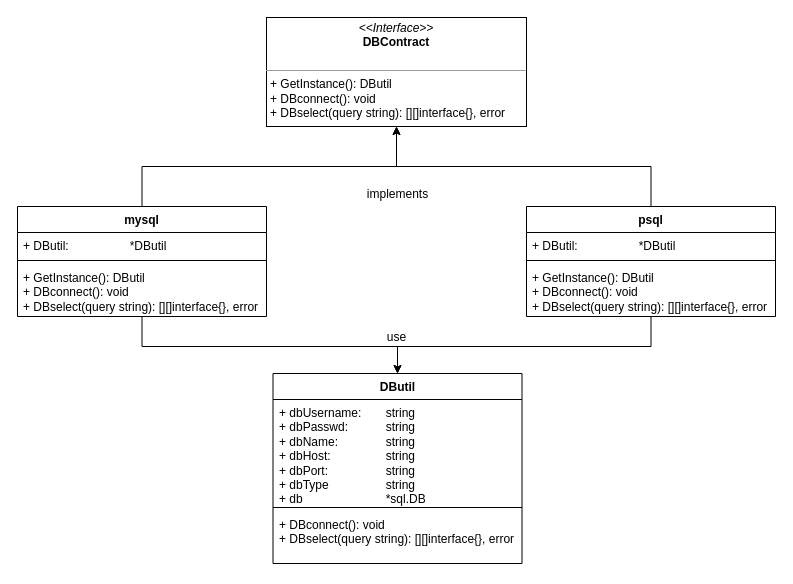
Before: db-go.drawio in zukigit/design_structures, a draw.io diagram. Source tidied: cells renumbered, new cells numbered last; positions are measured from the earlier drawing's top-left corner, leaving out a move shared by most shapes. Both pictures are drawn from the tidied source at 100%, with x=0, y=0 at pixel (17, 17).
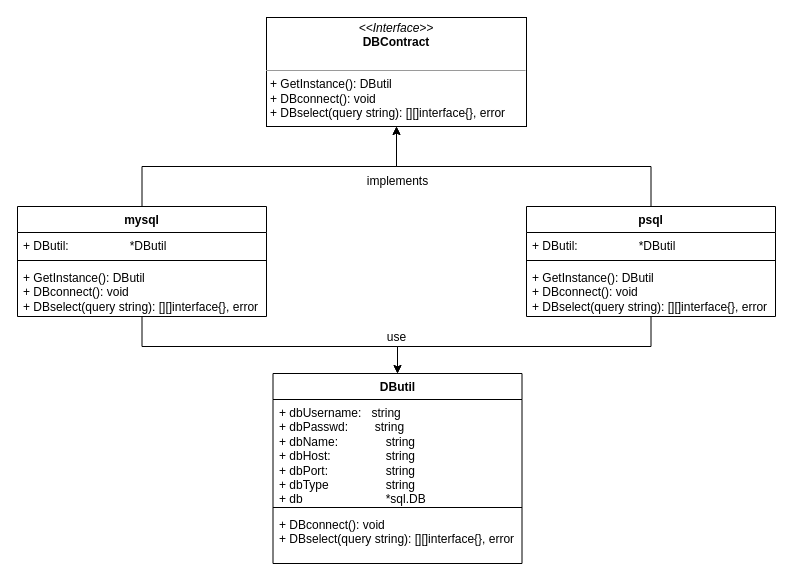
The same diagram, later.

The change refers to these unchanged cells:
```xml
<mxCell id="4" value="DButil" style="swimlane;fontStyle=1;align=center;verticalAlign=top;horizontal=1;startSize=26;whiteSpace=wrap;html=1;" parent="1" vertex="1">
  <mxGeometry x="255.5" y="356" width="249" height="190" as="geometry" />
</mxCell>
```

Change to the diagram source:
```diff
@@
     <mxCell id="3" value="&lt;div&gt;implements&lt;/div&gt;&lt;div&gt;&lt;br&gt;&lt;/div&gt;" style="text;html=1;align=center;verticalAlign=middle;strokeColor=none;fillColor=none;" parent="1" vertex="1">
-      <mxGeometry x="340" y="164" width="80" height="40" as="geometry" />
+      <mxGeometry x="340" y="151" width="80" height="40" as="geometry" />
     </mxCell>
@@
-    <mxCell id="5" value="&lt;div&gt;+ dbUsername:&lt;span style=&quot;&quot;&gt;&lt;/span&gt;&lt;span style=&quot;&quot;&gt;&lt;span style=&quot;white-space: pre;&quot;&gt;&amp;nbsp;&amp;nbsp;&amp;nbsp;&lt;span style=&quot;white-space: pre;&quot;&gt;&#9;&lt;/span&gt;&lt;/span&gt;&lt;/span&gt;string&lt;/div&gt;&lt;div&gt;+ dbPasswd:&lt;span style=&quot;&quot;&gt;&lt;span style=&quot;&quot;&gt;&amp;nbsp;&amp;nbsp;&amp;nbsp;&amp;nbsp;&lt;/span&gt;&lt;span style=&quot;&quot;&gt;&lt;span style=&quot;&quot;&gt;&amp;nbsp;&amp;nbsp;&amp;nbsp; &lt;/span&gt;&lt;/span&gt;&lt;/span&gt;&lt;span style=&quot;white-space: pre;&quot;&gt;&#9;&lt;/span&gt;string&amp;nbsp;&lt;/div&gt;&lt;div&gt;+ dbName:&lt;span style=&quot;white-space: pre;&quot;&gt;&#9;&lt;/span&gt;&lt;span style=&quot;white-space: pre;&quot;&gt;&#9;&lt;/span&gt;string&lt;/div&gt;&lt;div&gt;+ dbHost:&lt;span style=&quot;white-space: pre;&quot;&gt;&#9;&lt;/span&gt;&lt;span style=&quot;white-space: pre;&quot;&gt;&#9;&lt;/span&gt;string&amp;nbsp;&lt;/div&gt;&lt;div&gt;+ dbPort:&lt;span style=&quot;&quot;&gt;&lt;span style=&quot;&quot;&gt;&amp;nbsp;&amp;nbsp;&amp;nbsp;&amp;nbsp;&lt;/span&gt;&lt;/span&gt;&lt;span style=&quot;&quot;&gt;&lt;span style=&quot;&quot;&gt;&amp;nbsp;&amp;nbsp;&amp;nbsp;&amp;nbsp;&lt;/span&gt;&lt;/span&gt;&lt;span style=&quot;&quot;&gt;&lt;span style=&quot;white-space: pre;&quot;&gt;&amp;nbsp;&amp;nbsp;&amp;nbsp;&amp;nbsp;&lt;/span&gt;&lt;/span&gt;&lt;span style=&quot;&quot;&gt;&lt;span style=&quot;white-space: pre;&quot;&gt;&amp;nbsp;&amp;nbsp;&amp;nbsp;&amp;nbsp;&lt;/span&gt;&lt;/span&gt;&lt;span style=&quot;white-space: pre;&quot;&gt;&#9;&lt;/span&gt;string&lt;/div&gt;&lt;div&gt;+ dbType &lt;span style=&quot;white-space: pre;&quot;&gt;&#9;&lt;/span&gt;&lt;span style=&quot;white-space: pre;&quot;&gt;&#9;&lt;/span&gt;string&lt;/div&gt;&lt;div&gt;+ db &lt;span style=&quot;white-space: pre;&quot;&gt;&#9;&lt;/span&gt;&lt;span style=&quot;white-space: pre;&quot;&gt;&#9;&lt;/span&gt;&lt;span style=&quot;white-space: pre;&quot;&gt;&#9;&lt;/span&gt;*sql.DB&lt;br&gt;&lt;/div&gt;&lt;div&gt;&lt;br&gt;&lt;/div&gt;" style="text;strokeColor=none;fillColor=none;align=left;verticalAlign=top;spacingLeft=4;spacingRight=4;overflow=hidden;whiteSpace=wrap;html=1;" parent="4" vertex="1">
+    <mxCell id="5" value="&lt;div&gt;+ dbUsername:&lt;span style=&quot;&quot;&gt;&lt;/span&gt;&lt;span style=&quot;&quot;&gt;&lt;span style=&quot;white-space: pre;&quot;&gt;&amp;nbsp;&amp;nbsp;&amp;nbsp;&lt;/span&gt;&lt;/span&gt;string&lt;/div&gt;&lt;div&gt;+ dbPasswd:&lt;span style=&quot;&quot;&gt;&lt;span style=&quot;&quot;&gt;&amp;nbsp;&amp;nbsp;&amp;nbsp;&amp;nbsp;&lt;/span&gt;&lt;span style=&quot;&quot;&gt;&lt;span style=&quot;&quot;&gt;&amp;nbsp;&amp;nbsp;&amp;nbsp; &lt;/span&gt;&lt;/span&gt;&lt;/span&gt;string&amp;nbsp;&lt;/div&gt;&lt;div&gt;+ dbName:&lt;span style=&quot;white-space: pre;&quot;&gt;&#9;&lt;/span&gt;&lt;span style=&quot;white-space: pre;&quot;&gt;&#9;&lt;/span&gt;string&lt;/div&gt;&lt;div&gt;+ dbHost:&lt;span style=&quot;white-space: pre;&quot;&gt;&#9;&lt;/span&gt;&lt;span style=&quot;white-space: pre;&quot;&gt;&#9;&lt;/span&gt;string&amp;nbsp;&lt;/div&gt;&lt;div&gt;+ dbPort:&lt;span style=&quot;&quot;&gt;&lt;span style=&quot;&quot;&gt;&amp;nbsp;&amp;nbsp;&amp;nbsp;&amp;nbsp;&lt;/span&gt;&lt;/span&gt;&lt;span style=&quot;&quot;&gt;&lt;span style=&quot;&quot;&gt;&amp;nbsp;&amp;nbsp;&amp;nbsp;&amp;nbsp;&lt;/span&gt;&lt;/span&gt;&lt;span style=&quot;&quot;&gt;&lt;span style=&quot;white-space: pre;&quot;&gt;&amp;nbsp;&amp;nbsp;&amp;nbsp;&amp;nbsp;&lt;/span&gt;&lt;/span&gt;&lt;span style=&quot;&quot;&gt;&lt;span style=&quot;white-space: pre;&quot;&gt;&amp;nbsp;&amp;nbsp;&lt;span style=&quot;white-space: pre;&quot;&gt;&#9;&lt;/span&gt;&lt;/span&gt;&lt;/span&gt;string&lt;/div&gt;&lt;div&gt;+ dbType &lt;span style=&quot;white-space: pre;&quot;&gt;&#9;&lt;/span&gt;&lt;span style=&quot;white-space: pre;&quot;&gt;&#9;&lt;/span&gt;string&lt;/div&gt;&lt;div&gt;+ db &lt;span style=&quot;white-space: pre;&quot;&gt;&#9;&lt;/span&gt;&lt;span style=&quot;white-space: pre;&quot;&gt;&#9;&lt;/span&gt;&lt;span style=&quot;white-space: pre;&quot;&gt;&#9;&lt;/span&gt;*sql.DB&lt;br&gt;&lt;/div&gt;&lt;div&gt;&lt;br&gt;&lt;/div&gt;" style="text;strokeColor=none;fillColor=none;align=left;verticalAlign=top;spacingLeft=4;spacingRight=4;overflow=hidden;whiteSpace=wrap;html=1;" parent="4" vertex="1">
       <mxGeometry y="26" width="249" height="104" as="geometry" />
     </mxCell>
```
